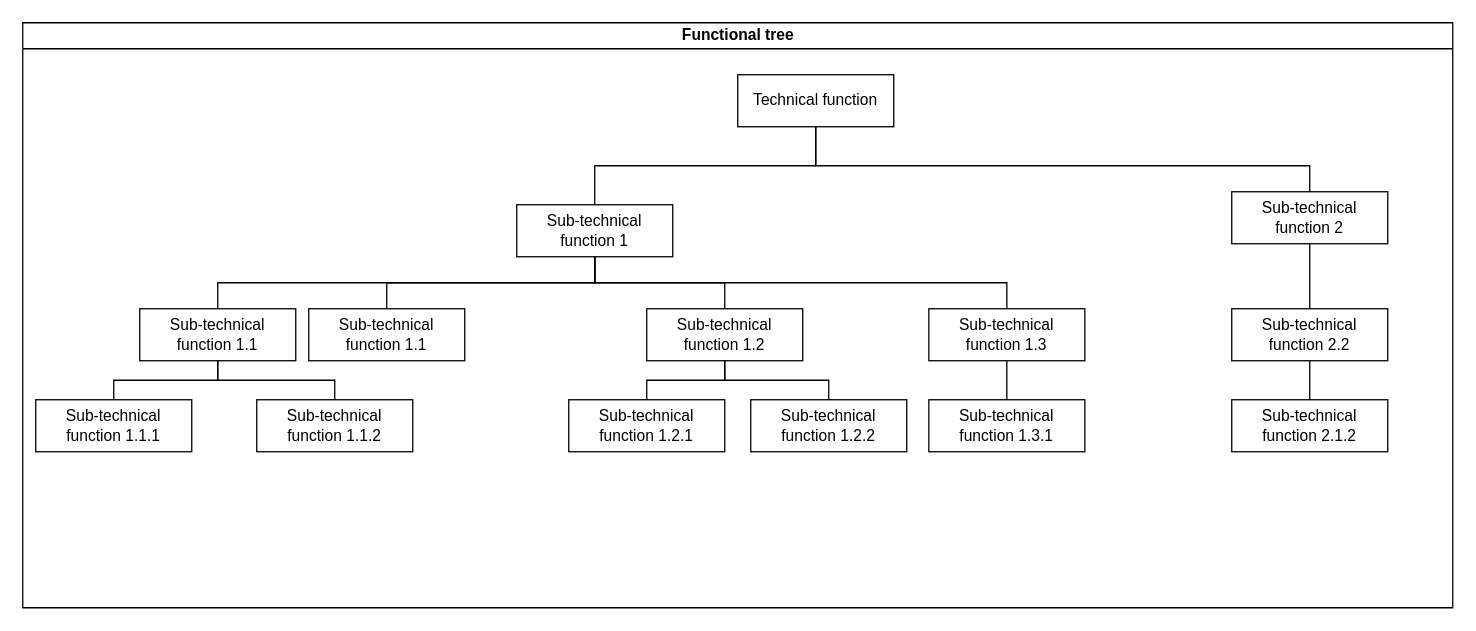
Earlier version of the draw.io diagram Functional tree for template.drawio (amerezoji1362/drawio-github). Source tidied: cells renumbered, new cells numbered last; positions are measured from the earlier drawing's top-left corner, leaving out a move shared by most shapes. Both pictures are drawn from the tidied source at 130%, with x=0, y=0 at pixel (22, 22).
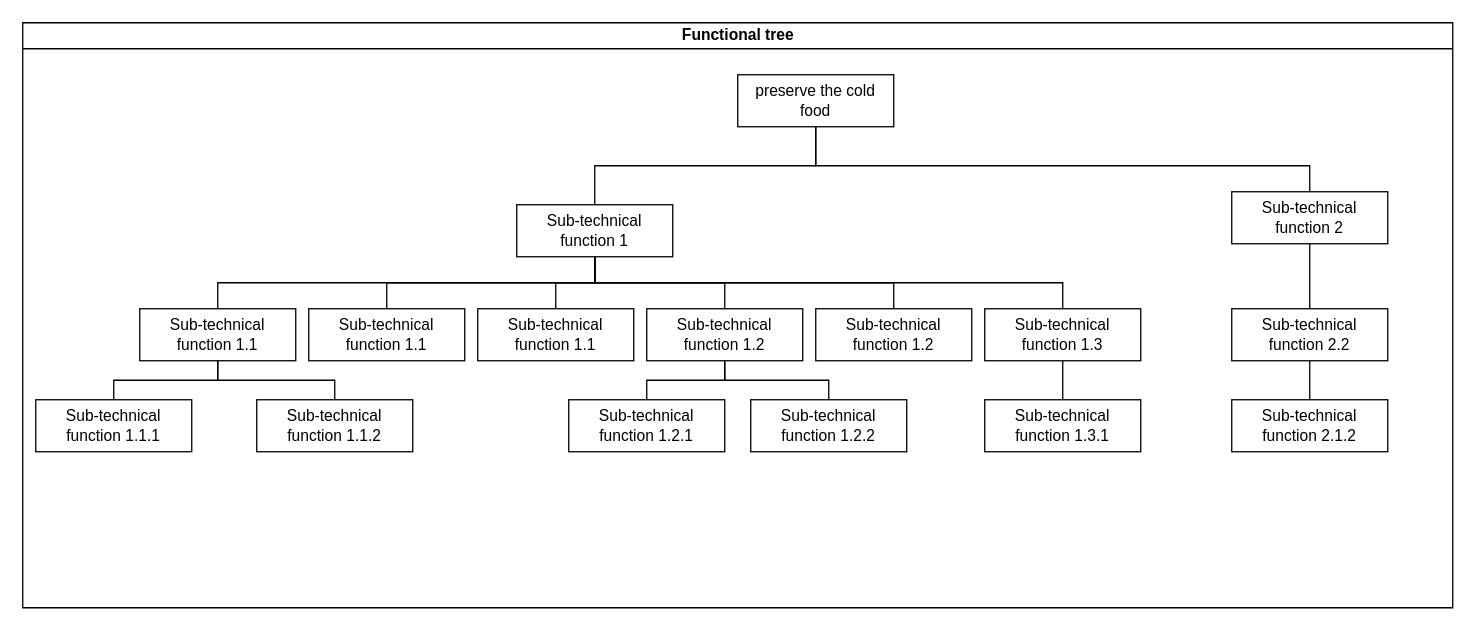
The same diagram, later.

Unchanged cells that the change refers to:
```xml
<mxCell id="2" value="Functional tree" style="swimlane;html=1;startSize=20;horizontal=1;containerType=tree;" parent="1" vertex="1">
  <mxGeometry width="1100" height="450" as="geometry" />
</mxCell>
<mxCell id="5" value="Sub-technical function 1" style="whiteSpace=wrap;html=1;newEdgeStyle={&quot;edgeStyle&quot;:&quot;elbowEdgeStyle&quot;,&quot;startArrow&quot;:&quot;none&quot;,&quot;endArrow&quot;:&quot;none&quot;};" parent="2" vertex="1">
  <mxGeometry x="380" y="140" width="120" height="40" as="geometry" />
</mxCell>
```

The edit, as a diff of the source:
```diff
@@
-    <mxCell id="4" value="Technical function " style="whiteSpace=wrap;html=1;newEdgeStyle={&quot;edgeStyle&quot;:&quot;elbowEdgeStyle&quot;,&quot;startArrow&quot;:&quot;none&quot;,&quot;endArrow&quot;:&quot;none&quot;};" parent="2" vertex="1">
+    <mxCell id="4" value="preserve the cold food" style="whiteSpace=wrap;html=1;newEdgeStyle={&quot;edgeStyle&quot;:&quot;elbowEdgeStyle&quot;,&quot;startArrow&quot;:&quot;none&quot;,&quot;endArrow&quot;:&quot;none&quot;};" parent="2" vertex="1">
       <mxGeometry x="550" y="40" width="120" height="40" as="geometry" />
     </mxCell>
@@
     <mxCell id="13" value="Sub-technical function 1.3" style="whiteSpace=wrap;html=1;newEdgeStyle={&quot;edgeStyle&quot;:&quot;elbowEdgeStyle&quot;,&quot;startArrow&quot;:&quot;none&quot;,&quot;endArrow&quot;:&quot;none&quot;};" parent="2" vertex="1">
-      <mxGeometry x="697" y="220" width="120" height="40" as="geometry" />
+      <mxGeometry x="740" y="220" width="120" height="40" as="geometry" />
     </mxCell>
@@
     <mxCell id="25" value="Sub-technical function 1.3.1" style="whiteSpace=wrap;html=1;newEdgeStyle={&quot;edgeStyle&quot;:&quot;elbowEdgeStyle&quot;,&quot;startArrow&quot;:&quot;none&quot;,&quot;endArrow&quot;:&quot;none&quot;};" parent="2" vertex="1">
-      <mxGeometry x="697" y="290" width="120" height="40" as="geometry" />
+      <mxGeometry x="740" y="290" width="120" height="40" as="geometry" />
     </mxCell>
@@
+    <mxCell id="30" style="edgeStyle=elbowEdgeStyle;elbow=vertical;startArrow=none;endArrow=none;rounded=0;" parent="2" edge="1" source="5" target="31">
+      <mxGeometry relative="1" as="geometry" />
+    </mxCell>
+    <mxCell id="31" value="Sub-technical function 1.1" style="whiteSpace=wrap;html=1;newEdgeStyle={&quot;edgeStyle&quot;:&quot;elbowEdgeStyle&quot;,&quot;startArrow&quot;:&quot;none&quot;,&quot;endArrow&quot;:&quot;none&quot;};" parent="2" vertex="1">
+      <mxGeometry x="350" y="220" width="120" height="40" as="geometry" />
+    </mxCell>
+    <mxCell id="32" style="edgeStyle=elbowEdgeStyle;elbow=vertical;startArrow=none;endArrow=none;rounded=0;" parent="2" edge="1" source="5" target="33">
+      <mxGeometry relative="1" as="geometry" />
+    </mxCell>
+    <mxCell id="33" value="Sub-technical function 1.2" style="whiteSpace=wrap;html=1;newEdgeStyle={&quot;edgeStyle&quot;:&quot;elbowEdgeStyle&quot;,&quot;startArrow&quot;:&quot;none&quot;,&quot;endArrow&quot;:&quot;none&quot;};" parent="2" vertex="1">
+      <mxGeometry x="610" y="220" width="120" height="40" as="geometry" />
+    </mxCell>
```
